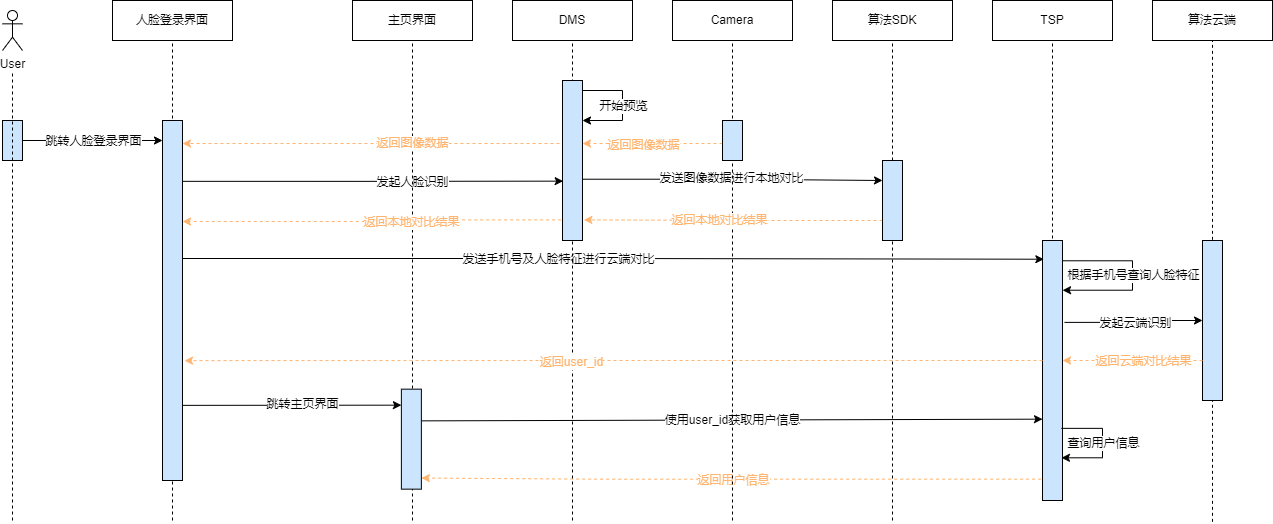
This is x9hp/人脸登录时序图.png from notigit/Image, a draw.io export, as it was before one commit. Source tidied: cells renumbered, new cells last; positions are measured from the earlier drawing's top-left corner, leaving out a move shared by most shapes.
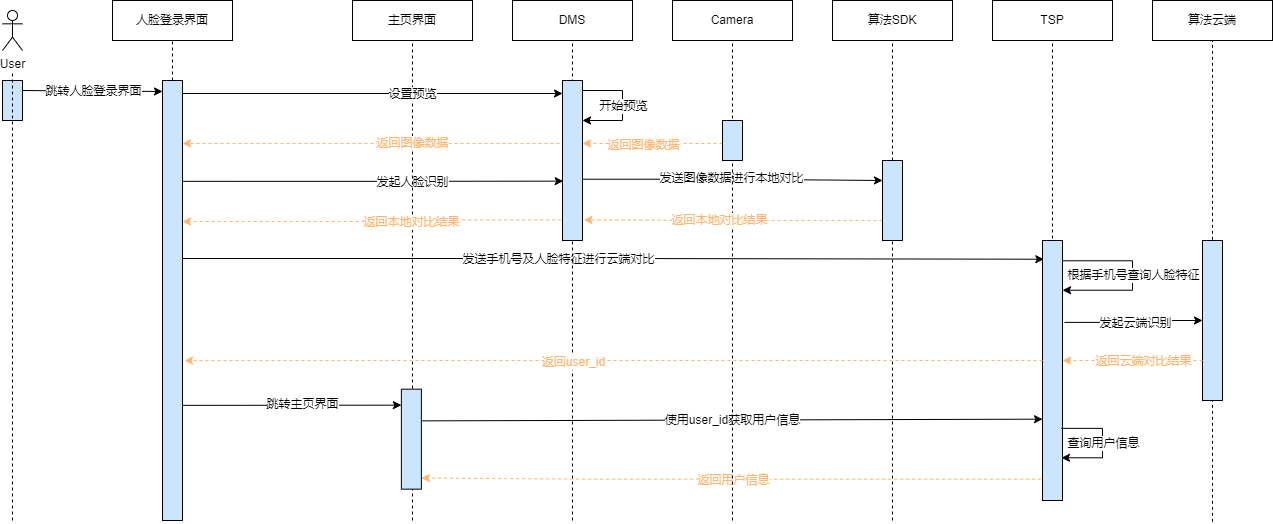
Later version of the same file.

Commit message:
更新人脸登录时序图.png

Diff of the diagram source:
```diff
@@ -12,7 +12,7 @@
       <mxGeometry y="10" width="20" height="40" as="geometry" />
     </mxCell>
     <mxCell id="5" style="rounded=0;whiteSpace=wrap;html=1;fillColor=#CCE5FF;" parent="1" vertex="1">
-      <mxGeometry y="120" width="20" height="40" as="geometry" />
+      <mxGeometry y="80" width="20" height="40" as="geometry" />
     </mxCell>
     <mxCell id="6" style="endArrow=none;dashed=1;html=1;rounded=0;" parent="1" edge="1">
       <mxGeometry relative="1" as="geometry">
@@ -20,13 +20,13 @@
         <mxPoint x="10" y="70" as="targetPoint" />
       </mxGeometry>
     </mxCell>
-    <mxCell id="7" style="endArrow=none;dashed=1;html=1;rounded=0;startArrow=none;entryX=0.5;entryY=1;entryDx=0;entryDy=0;" parent="1" edge="1" target="2">
-      <mxGeometry relative="1" as="geometry">
-        <mxPoint x="170" y="520" as="sourcePoint" />
-      </mxGeometry>
+    <mxCell id="7" style="endArrow=none;dashed=1;html=1;rounded=0;startArrow=none;entryX=0.5;entryY=1;entryDx=0;entryDy=0;" parent="1" edge="1" source="63" target="2">
+      <mxGeometry relative="1" as="geometry" />
     </mxCell>
-    <mxCell id="8" style="edgeStyle=orthogonalEdgeStyle;rounded=0;jettySize=auto;html=1;entryX=0.033;entryY=0.629;entryDx=0;entryDy=0;entryPerimeter=0;fontColor=#FFB570;strokeColor=#000000;exitX=1.033;exitY=0.169;exitDx=0;exitDy=0;exitPerimeter=0;" parent="1" edge="1" source="12" target="37">
-      <mxGeometry relative="1" as="geometry" />
+    <mxCell id="8" style="edgeStyle=orthogonalEdgeStyle;rounded=0;jettySize=auto;html=1;entryX=0.033;entryY=0.629;entryDx=0;entryDy=0;entryPerimeter=0;fontColor=#FFB570;strokeColor=#000000;exitX=1.033;exitY=0.169;exitDx=0;exitDy=0;exitPerimeter=0;" parent="1" edge="1" target="37">
+      <mxGeometry relative="1" as="geometry">
+        <mxPoint x="180.7" y="180.8" as="sourcePoint" />
+      </mxGeometry>
     </mxCell>
     <mxCell id="9" value="发起人脸识别" style="edgeLabel;html=1;align=center;verticalAlign=middle;fontColor=#000000;" parent="8" vertex="1">
       <mxGeometry x="-0.09" relative="1" as="geometry">
@@ -41,9 +41,6 @@
     <mxCell id="11" value="发送手机号及人脸特征进行云端对比" style="edgeLabel;html=1;align=center;verticalAlign=middle;fontColor=#000000;" parent="10" vertex="1">
       <mxGeometry x="-0.13" relative="1" as="geometry" />
     </mxCell>
-    <mxCell id="12" style="rounded=0;whiteSpace=wrap;html=1;fillColor=#CCE5FF;" parent="1" vertex="1">
-      <mxGeometry x="160" y="120" width="20" height="360" as="geometry" />
-    </mxCell>
     <mxCell id="13" style="endArrow=none;dashed=1;html=1;rounded=0;startArrow=none;entryX=0.5;entryY=1;entryDx=0;entryDy=0;" parent="1" edge="1" target="3">
       <mxGeometry relative="1" as="geometry">
         <mxPoint x="1050" y="400" as="sourcePoint" />
@@ -60,9 +57,9 @@
     <mxCell id="16" style="rounded=0;whiteSpace=wrap;html=1;fillColor=#CCE5FF;" parent="1" vertex="1">
       <mxGeometry x="1040" y="240" width="20" height="260" as="geometry" />
     </mxCell>
-    <mxCell id="17" style="endArrow=classic;html=1;rounded=0;exitX=1;exitY=0.5;exitDx=0;exitDy=0;" parent="1" edge="1" source="5">
+    <mxCell id="17" style="endArrow=classic;html=1;rounded=0;exitX=1;exitY=0.25;exitDx=0;exitDy=0;" parent="1" edge="1" source="5">
       <mxGeometry relative="1" as="geometry">
-        <mxPoint x="160" y="140" as="targetPoint" />
+        <mxPoint x="160" y="91" as="targetPoint" />
       </mxGeometry>
     </mxCell>
     <mxCell id="18" style="edgeLabel;html=1;align=center;verticalAlign=middle;fillColor=#CCE5FF;fontSize=2;" parent="17" vertex="1">
@@ -271,9 +268,14 @@
         <mxPoint x="17" as="offset" />
       </mxGeometry>
     </mxCell>
-    <mxCell id="61" style="edgeStyle=orthogonalEdgeStyle;rounded=0;jettySize=auto;html=1;fontSize=11;dashed=1;fillColor=#FFF2CC;strokeColor=#FFB570;entryX=1.1;entryY=0.667;entryDx=0;entryDy=0;entryPerimeter=0;" parent="1" edge="1" target="12">
+    <mxCell id="61" style="edgeStyle=orthogonalEdgeStyle;rounded=0;orthogonalLoop=1;jettySize=auto;html=1;fontSize=11;dashed=1;fillColor=#FFF2CC;strokeColor=#FFB570;entryX=1.1;entryY=0.667;entryDx=0;entryDy=0;entryPerimeter=0;" parent="1" edge="1">
       <mxGeometry relative="1" as="geometry">
         <mxPoint x="1040" y="360" as="sourcePoint" />
+        <mxPoint x="182" y="360.1" as="targetPoint" />
+        <Array as="points">
+          <mxPoint x="400" y="360" />
+          <mxPoint x="400" y="360" />
+        </Array>
       </mxGeometry>
     </mxCell>
     <mxCell id="62" value="返回user_id" style="edgeLabel;html=1;align=center;verticalAlign=middle;fontSize=11;fillColor=#FFB570;fontColor=#FFB570;" parent="61" vertex="1">
@@ -281,5 +283,24 @@
         <mxPoint x="-110" as="offset" />
       </mxGeometry>
     </mxCell>
+    <mxCell id="63" style="rounded=0;whiteSpace=wrap;html=1;fillColor=#CCE5FF;" parent="1" vertex="1">
+      <mxGeometry x="160" y="80" width="20" height="440" as="geometry" />
+    </mxCell>
+    <mxCell id="64" style="endArrow=none;dashed=1;html=1;rounded=0;startArrow=none;entryX=0.5;entryY=1;entryDx=0;entryDy=0;" parent="1" edge="1" target="63">
+      <mxGeometry relative="1" as="geometry">
+        <mxPoint x="170" y="520" as="sourcePoint" />
+      </mxGeometry>
+    </mxCell>
+    <mxCell id="65" style="edgeStyle=orthogonalEdgeStyle;rounded=0;orthogonalLoop=1;jettySize=auto;html=1;fontColor=#FFB570;strokeColor=#000000;" parent="1" edge="1">
+      <mxGeometry relative="1" as="geometry">
+        <mxPoint x="180" y="93" as="sourcePoint" />
+        <mxPoint x="560" y="93" as="targetPoint" />
+      </mxGeometry>
+    </mxCell>
+    <mxCell id="66" value="设置预览" style="edgeLabel;html=1;align=center;verticalAlign=middle;fontColor=#000000;" parent="65" vertex="1">
+      <mxGeometry x="-0.09" relative="1" as="geometry">
+        <mxPoint x="56" as="offset" />
+      </mxGeometry>
+    </mxCell>
   </root>
 </mxGraphModel>
```
